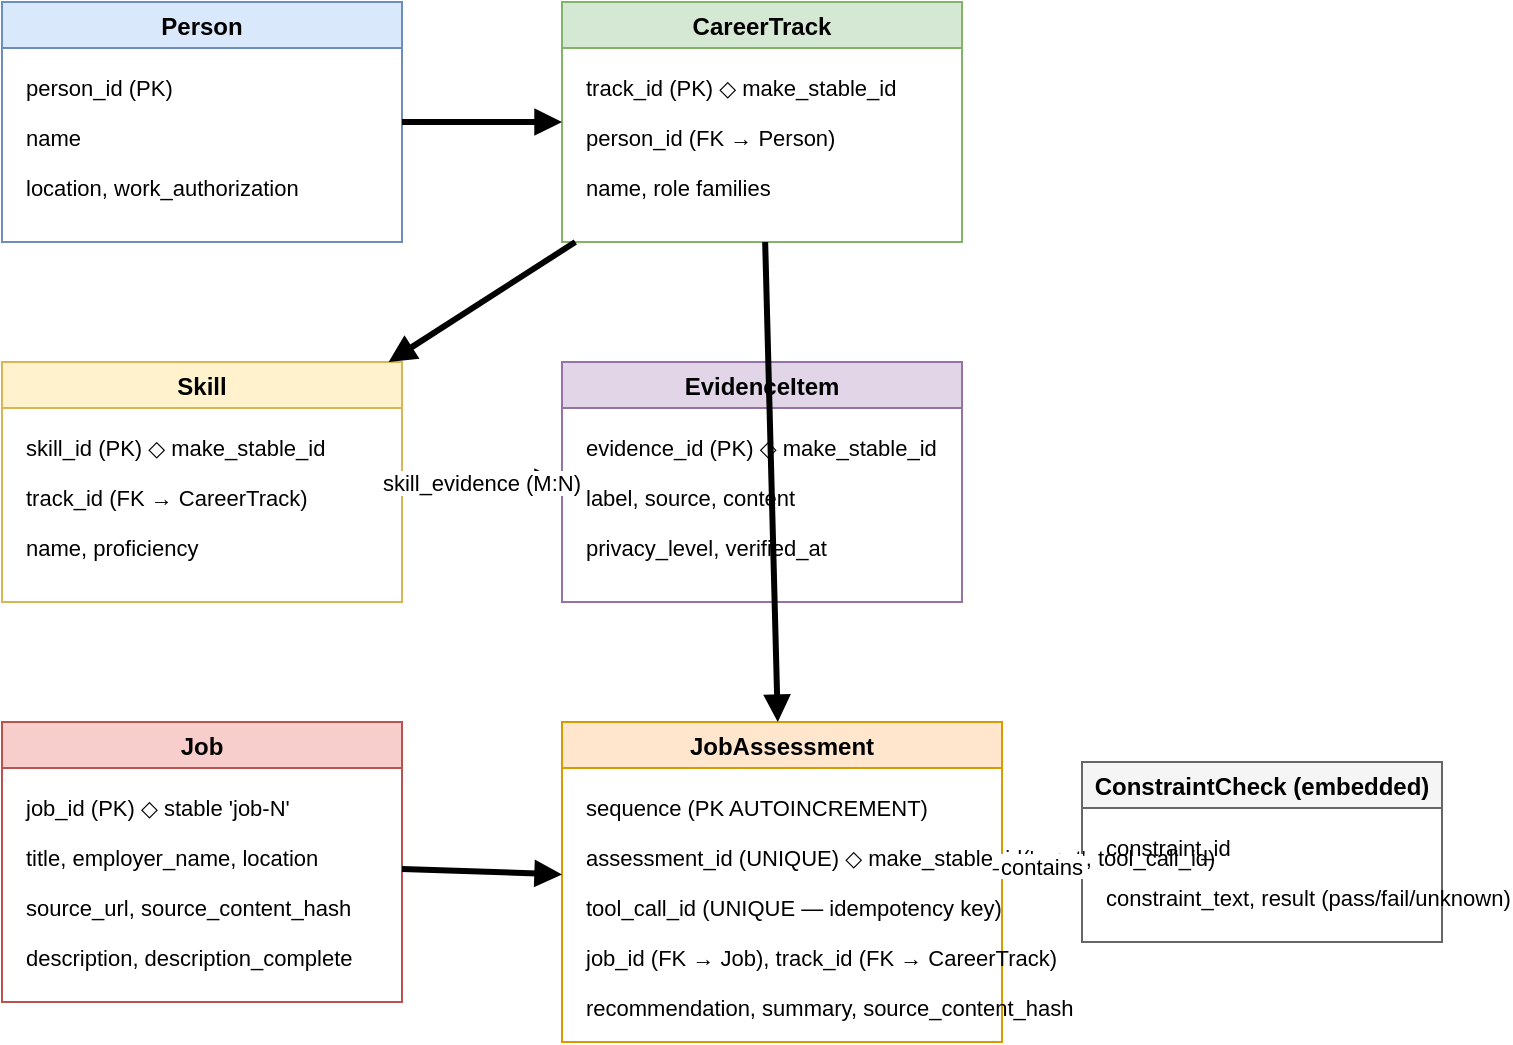
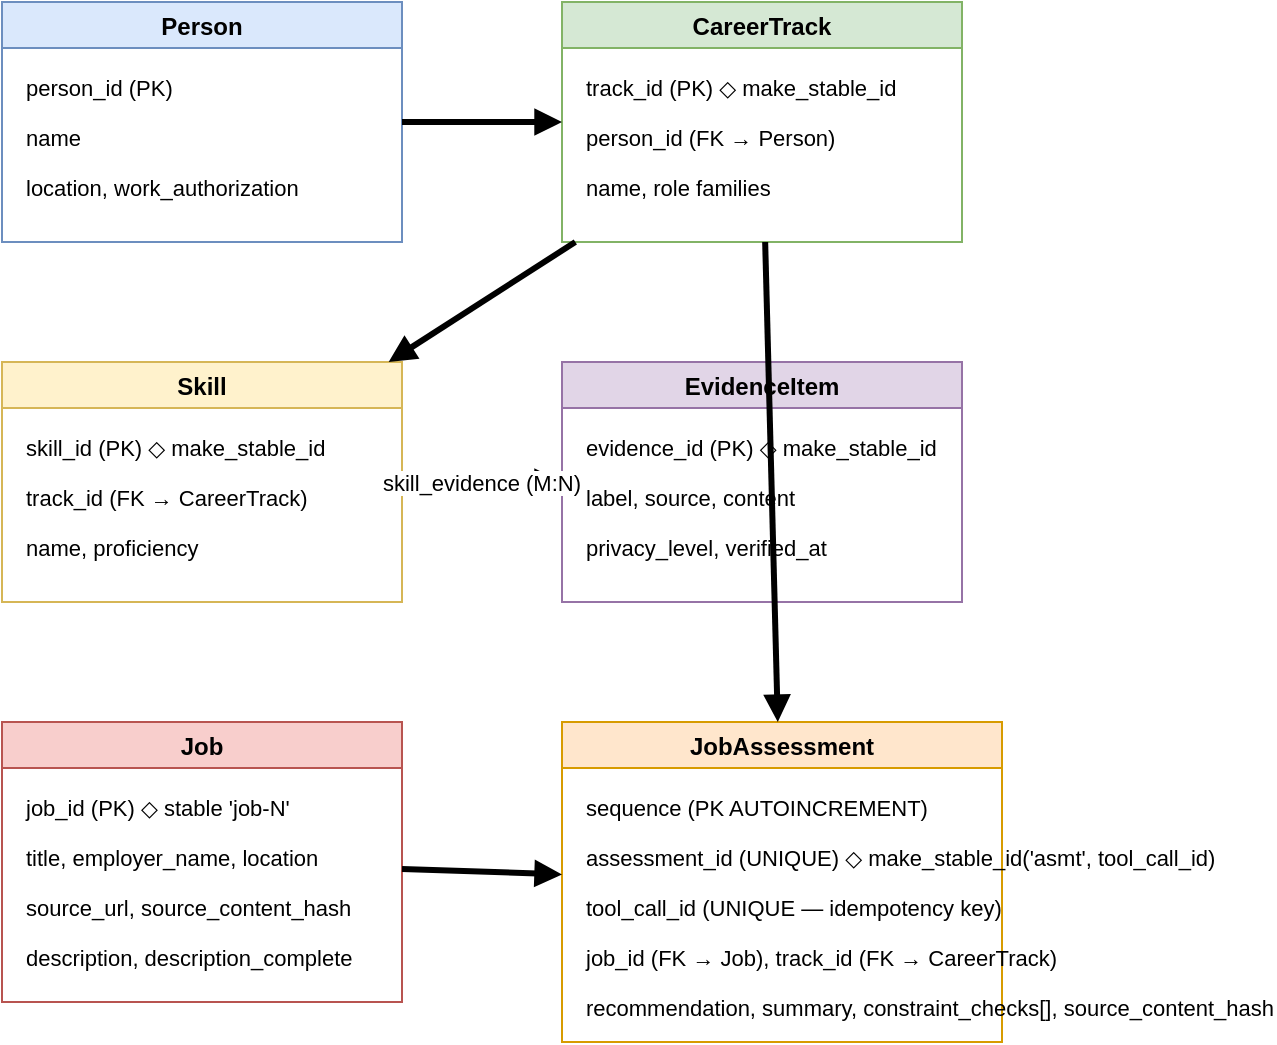
<mxfile host="app.diagrams.net">
  <diagram name="employment-models">
    <mxGraphModel dx="1200" dy="800" grid="1" gridSize="10" guides="1" tooltips="1" connect="1" arrows="1" fold="1" page="1" pageScale="1" pageWidth="827" pageHeight="1169">
      <root>
        <mxCell id="0"/>
        <mxCell id="1" parent="0"/>
        <mxCell id="group-person" value="Person" style="swimlane;fillColor=#dae8fc;strokeColor=#6c8ebf;" vertex="1" parent="1">
          <mxGeometry x="40" y="40" width="200" height="120" as="geometry"/>
        </mxCell>
        <mxCell id="person-id" value="person_id (PK)" style="text;fontSize=11;" vertex="1" parent="group-person">
          <mxGeometry x="10" y="30" width="180" height="20" as="geometry"/>
        </mxCell>
        <mxCell id="person-name" value="name" style="text;fontSize=11;" vertex="1" parent="group-person">
          <mxGeometry x="10" y="55" width="180" height="20" as="geometry"/>
        </mxCell>
        <mxCell id="person-loc" value="location, work_authorization" style="text;fontSize=11;" vertex="1" parent="group-person">
          <mxGeometry x="10" y="80" width="180" height="20" as="geometry"/>
        </mxCell>
        <mxCell id="group-track" value="CareerTrack" style="swimlane;fillColor=#d5e8d4;strokeColor=#82b366;" vertex="1" parent="1">
          <mxGeometry x="320" y="40" width="200" height="120" as="geometry"/>
        </mxCell>
        <mxCell id="track-id" value="track_id (PK)  ◇ make_stable_id" style="text;fontSize=11;" vertex="1" parent="group-track">
          <mxGeometry x="10" y="30" width="180" height="20" as="geometry"/>
        </mxCell>
        <mxCell id="track-pid" value="person_id (FK → Person)" style="text;fontSize=11;" vertex="1" parent="group-track">
          <mxGeometry x="10" y="55" width="180" height="20" as="geometry"/>
        </mxCell>
        <mxCell id="track-name" value="name, role families" style="text;fontSize=11;" vertex="1" parent="group-track">
          <mxGeometry x="10" y="80" width="180" height="20" as="geometry"/>
        </mxCell>
        <mxCell id="group-skill" value="Skill" style="swimlane;fillColor=#fff2cc;strokeColor=#d6b656;" vertex="1" parent="1">
          <mxGeometry x="40" y="220" width="200" height="120" as="geometry"/>
        </mxCell>
        <mxCell id="skill-id" value="skill_id (PK)  ◇ make_stable_id" style="text;fontSize=11;" vertex="1" parent="group-skill">
          <mxGeometry x="10" y="30" width="180" height="20" as="geometry"/>
        </mxCell>
        <mxCell id="skill-tid" value="track_id (FK → CareerTrack)" style="text;fontSize=11;" vertex="1" parent="group-skill">
          <mxGeometry x="10" y="55" width="180" height="20" as="geometry"/>
        </mxCell>
        <mxCell id="skill-prof" value="name, proficiency" style="text;fontSize=11;" vertex="1" parent="group-skill">
          <mxGeometry x="10" y="80" width="180" height="20" as="geometry"/>
        </mxCell>
        <mxCell id="group-evidence" value="EvidenceItem" style="swimlane;fillColor=#e1d5e7;strokeColor=#9673a6;" vertex="1" parent="1">
          <mxGeometry x="320" y="220" width="200" height="120" as="geometry"/>
        </mxCell>
        <mxCell id="ev-id" value="evidence_id (PK)  ◇ make_stable_id" style="text;fontSize=11;" vertex="1" parent="group-evidence">
          <mxGeometry x="10" y="30" width="180" height="20" as="geometry"/>
        </mxCell>
        <mxCell id="ev-label" value="label, source, content" style="text;fontSize=11;" vertex="1" parent="group-evidence">
          <mxGeometry x="10" y="55" width="180" height="20" as="geometry"/>
        </mxCell>
        <mxCell id="ev-priv" value="privacy_level, verified_at" style="text;fontSize=11;" vertex="1" parent="group-evidence">
          <mxGeometry x="10" y="80" width="180" height="20" as="geometry"/>
        </mxCell>
        <mxCell id="group-job" value="Job" style="swimlane;fillColor=#f8cecc;strokeColor=#b85450;" vertex="1" parent="1">
          <mxGeometry x="40" y="400" width="200" height="140" as="geometry"/>
        </mxCell>
        <mxCell id="job-id" value="job_id (PK)  ◇ stable 'job-N'" style="text;fontSize=11;" vertex="1" parent="group-job">
          <mxGeometry x="10" y="30" width="180" height="20" as="geometry"/>
        </mxCell>
        <mxCell id="job-title" value="title, employer_name, location" style="text;fontSize=11;" vertex="1" parent="group-job">
          <mxGeometry x="10" y="55" width="180" height="20" as="geometry"/>
        </mxCell>
        <mxCell id="job-src" value="source_url, source_content_hash" style="text;fontSize=11;" vertex="1" parent="group-job">
          <mxGeometry x="10" y="80" width="180" height="20" as="geometry"/>
        </mxCell>
        <mxCell id="job-desc" value="description, description_complete" style="text;fontSize=11;" vertex="1" parent="group-job">
          <mxGeometry x="10" y="105" width="180" height="20" as="geometry"/>
        </mxCell>
        <mxCell id="group-assessment" value="JobAssessment" style="swimlane;fillColor=#ffe6cc;strokeColor=#d79b00;" vertex="1" parent="1">
          <mxGeometry x="320" y="400" width="220" height="160" as="geometry"/>
        </mxCell>
        <mxCell id="asmt-seq" value="sequence (PK AUTOINCREMENT)" style="text;fontSize=11;" vertex="1" parent="group-assessment">
          <mxGeometry x="10" y="30" width="200" height="20" as="geometry"/>
        </mxCell>
        <mxCell id="asmt-aid" value="assessment_id (UNIQUE)  ◇ make_stable_id('asmt', tool_call_id)" style="text;fontSize=11;" vertex="1" parent="group-assessment">
          <mxGeometry x="10" y="55" width="200" height="20" as="geometry"/>
        </mxCell>
        <mxCell id="asmt-tcid" value="tool_call_id (UNIQUE — idempotency key)" style="text;fontSize=11;" vertex="1" parent="group-assessment">
          <mxGeometry x="10" y="80" width="200" height="20" as="geometry"/>
        </mxCell>
        <mxCell id="asmt-fk" value="job_id (FK → Job), track_id (FK → CareerTrack)" style="text;fontSize=11;" vertex="1" parent="group-assessment">
          <mxGeometry x="10" y="105" width="200" height="20" as="geometry"/>
        </mxCell>
-         <mxCell id="asmt-rec" value="recommendation, summary, source_content_hash" style="text;fontSize=11;" vertex="1" parent="group-assessment">
+         <mxCell id="asmt-rec" value="recommendation, summary, constraint_checks[], source_content_hash" style="text;fontSize=11;" vertex="1" parent="group-assessment">
          <mxGeometry x="10" y="130" width="200" height="20" as="geometry"/>
-         </mxCell>
-         <mxCell id="group-cc" value="ConstraintCheck (embedded)" style="swimlane;fillColor=#f5f5f5;strokeColor=#666666;" vertex="1" parent="1">
-           <mxGeometry x="580" y="420" width="180" height="90" as="geometry"/>
-         </mxCell>
-         <mxCell id="cc-id" value="constraint_id" style="text;fontSize=11;" vertex="1" parent="group-cc">
-           <mxGeometry x="10" y="30" width="160" height="20" as="geometry"/>
-         </mxCell>
-         <mxCell id="cc-res" value="constraint_text, result (pass/fail/unknown)" style="text;fontSize=11;" vertex="1" parent="group-cc">
-           <mxGeometry x="10" y="55" width="160" height="20" as="geometry"/>
        </mxCell>
        <mxCell id="edge-p-t" value="" style="endArrow=block;endFill=1;strokeWidth=3;" edge="1" parent="1" source="group-person" target="group-track">
          <mxGeometry relative="1" as="geometry"/>
        </mxCell>
        <mxCell id="edge-t-s" value="" style="endArrow=block;endFill=1;strokeWidth=3;" edge="1" parent="1" source="group-track" target="group-skill">
          <mxGeometry relative="1" as="geometry"/>
        </mxCell>
        <mxCell id="edge-s-e" value="skill_evidence (M:N)" style="endArrow=block;endFill=1;strokeWidth=3;dashed=1;" edge="1" parent="1" source="group-skill" target="group-evidence">
          <mxGeometry relative="1" as="geometry"/>
        </mxCell>
        <mxCell id="edge-j-a" value="" style="endArrow=block;endFill=1;strokeWidth=3;" edge="1" parent="1" source="group-job" target="group-assessment">
          <mxGeometry relative="1" as="geometry"/>
        </mxCell>
        <mxCell id="edge-t-a" value="" style="endArrow=block;endFill=1;strokeWidth=3;" edge="1" parent="1" source="group-track" target="group-assessment">
          <mxGeometry relative="1" as="geometry"/>
        </mxCell>
-         <mxCell id="edge-a-cc" value="contains" style="endArrow=block;endFill=1;strokeWidth=2;dashed=1;" edge="1" parent="1" source="group-assessment" target="group-cc">
-           <mxGeometry relative="1" as="geometry"/>
-         </mxCell>
      </root>
    </mxGraphModel>
  </diagram>
</mxfile>
